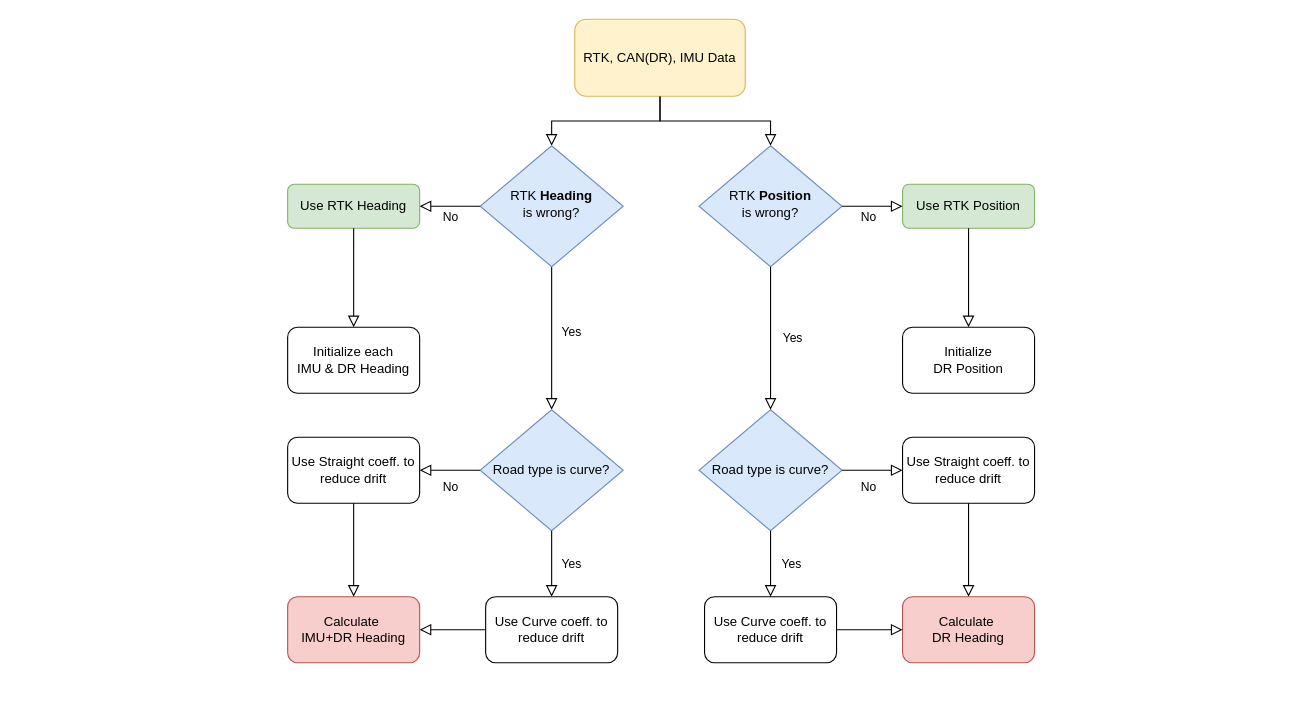
Earlier version of the draw.io diagram document/Localization_integration.drawio (inha-cvl/mobinha-racing). Source tidied: cells renumbered, new cells numbered last; positions are measured from the earlier drawing's top-left corner, leaving out a move shared by most shapes. Both pictures are drawn from the tidied source at 110%, with x=0, y=0 at pixel (287, 19).
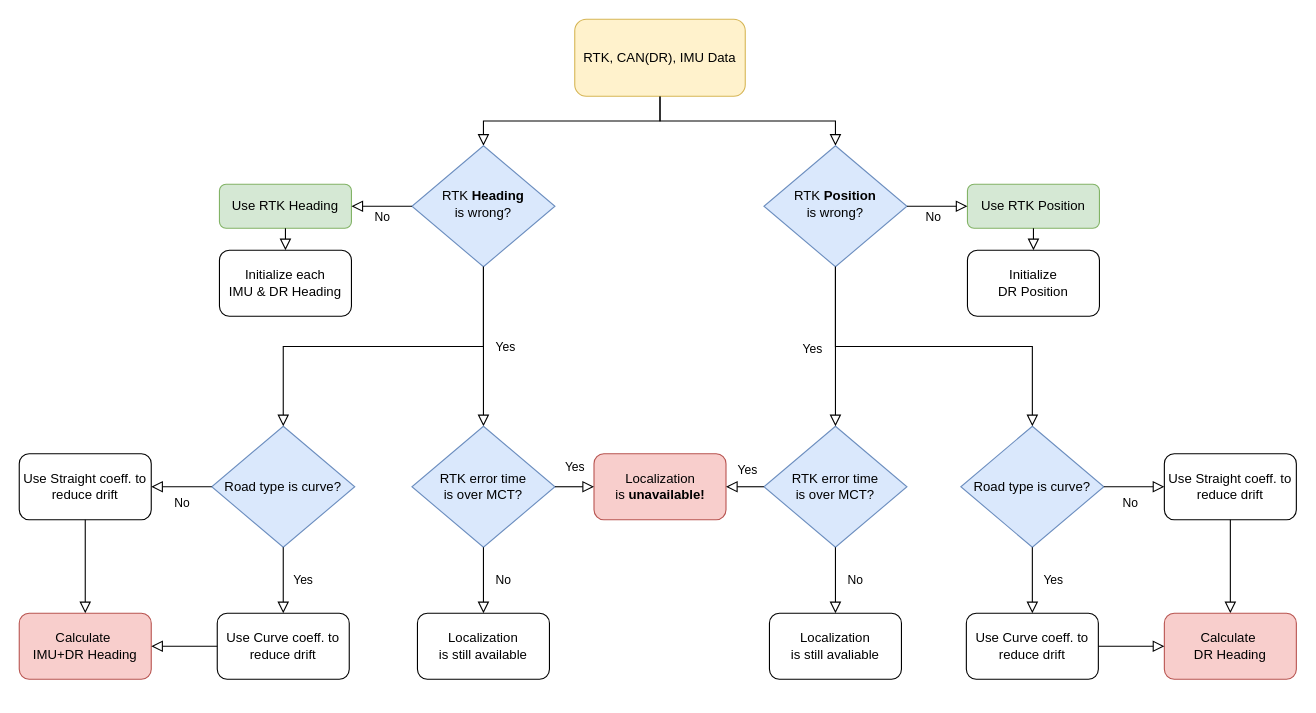
After the change.

The change refers to these unchanged cells:
```xml
<mxCell id="3" value="RTK, CAN(DR), IMU Data" style="rounded=1;whiteSpace=wrap;html=1;fontSize=12;glass=0;strokeWidth=1;shadow=0;fillColor=#fff2cc;strokeColor=#d6b656;" parent="1" vertex="1">
  <mxGeometry x="261" width="155" height="70" as="geometry" />
</mxCell>
```

What changed in the source:
```diff
@@
-    <mxCell id="2" style="rounded=0;html=1;jettySize=auto;fontSize=11;endArrow=block;endFill=0;endSize=8;strokeWidth=1;shadow=0;labelBackgroundColor=none;edgeStyle=orthogonalEdgeStyle;" parent="1" edge="1" source="3" target="5">
+    <mxCell id="2" style="rounded=0;html=1;jettySize=auto;fontSize=11;endArrow=block;endFill=0;endSize=8;strokeWidth=1;shadow=0;labelBackgroundColor=none;edgeStyle=orthogonalEdgeStyle;exitX=0.5;exitY=1;exitDx=0;exitDy=0;" parent="1" edge="1" source="3" target="5">
       <mxGeometry relative="1" as="geometry" />
     </mxCell>
@@
-    <mxCell id="4" value="Yes" style="rounded=0;html=1;jettySize=auto;fontSize=11;endArrow=block;endFill=0;endSize=8;strokeWidth=1;shadow=0;labelBackgroundColor=none;edgeStyle=orthogonalEdgeStyle;entryX=0.5;entryY=0;entryDx=0;entryDy=0;" parent="1" edge="1" source="5" target="8">
-      <mxGeometry x="-0.09" y="18" relative="1" as="geometry" />
-    </mxCell>
     <mxCell id="5" value="RTK &lt;b&gt;Heading&lt;/b&gt;&lt;div&gt;is wrong?&lt;/div&gt;" style="rhombus;whiteSpace=wrap;html=1;shadow=0;fontFamily=Helvetica;fontSize=12;align=center;strokeWidth=1;spacing=6;spacingTop=-4;fillColor=#dae8fc;strokeColor=#6c8ebf;" parent="1" vertex="1">
-      <mxGeometry x="175" y="115" width="130" height="110" as="geometry" />
+      <mxGeometry x="113" y="115" width="130" height="110" as="geometry" />
     </mxCell>
     <mxCell id="6" value="Use RTK Heading" style="rounded=1;whiteSpace=wrap;html=1;fontSize=12;glass=0;strokeWidth=1;shadow=0;fillColor=#d5e8d4;strokeColor=#82b366;" parent="1" vertex="1">
-      <mxGeometry y="150" width="120" height="40" as="geometry" />
+      <mxGeometry x="-62" y="150" width="120" height="40" as="geometry" />
     </mxCell>
     <mxCell id="7" value="Initialize each&lt;div&gt;IMU &amp;amp; DR Heading&lt;/div&gt;" style="rounded=1;whiteSpace=wrap;html=1;" parent="1" vertex="1">
-      <mxGeometry y="280" width="120" height="60" as="geometry" />
+      <mxGeometry x="-62" y="210" width="120" height="60" as="geometry" />
     </mxCell>
     <mxCell id="8" value="Road type is curve?" style="rhombus;whiteSpace=wrap;html=1;fillColor=#dae8fc;strokeColor=#6c8ebf;" parent="1" vertex="1">
-      <mxGeometry x="175" y="355" width="130" height="110" as="geometry" />
+      <mxGeometry x="-69" y="370" width="130" height="110" as="geometry" />
     </mxCell>
@@
     <mxCell id="10" value="Use Straight coeff. to reduce drift" style="rounded=1;whiteSpace=wrap;html=1;" parent="1" vertex="1">
-      <mxGeometry y="380" width="120" height="60" as="geometry" />
+      <mxGeometry x="-244" y="395" width="120" height="60" as="geometry" />
     </mxCell>
     <mxCell id="11" value="&lt;div&gt;&lt;br&gt;&lt;/div&gt;&lt;div&gt;&lt;br&gt;&lt;/div&gt;Use Curve coeff. to reduce drift&lt;div&gt;&lt;span style=&quot;color: rgba(0, 0, 0, 0); font-family: monospace; font-size: 0px; text-align: start; text-wrap: nowrap;&quot;&gt;t%3CmxGraphModel%3E%3Croot%3E%3CmxCell%20id%3D%220%22%2F%3E%3CmxCell%20id%3D%221%22%20parent%3D%220%22%2F%3E%3CmxCell%20id%3D%222%22%20value%3D%22Yes%22%20style%3D%22edgeStyle%3DorthogonalEdgeStyle%3Brounded%3D0%3Bhtml%3D1%3BjettySize%3Dauto%3BorthogonalLoop%3D1%3BfontSize%3D11%3BendArrow%3Dblock%3BendFill%3D0%3BendSize%3D8%3BstrokeWidth%3D1%3Bshadow%3D0%3BlabelBackgroundColor%3Dnone%3B%22%20edge%3D%221%22%20parent%3D%221%22%3E%3CmxGeometry%20y%3D%2210%22%20relative%3D%221%22%20as%3D%22geometry%22%3E%3CmxPoint%20as%3D%22offset%22%2F%3E%3CmxPoint%20x%3D%22265%22%20y%3D%22474.5%22%20as%3D%22sourcePoint%22%2F%3E%3CmxPoint%20x%3D%22320%22%20y%3D%22474.5%22%20as%3D%22targetPoint%22%2F%3E%3CArray%20as%3D%22points%22%3E%3CmxPoint%20x%3D%22305%22%20y%3D%22474.5%22%2F%3E%3CmxPoint%20x%3D%22305%22%20y%3D%22474.5%22%2F%3E%3C%2FArray%3E%3C%2FmxGeometry%3E%3C%2FmxCell%3E%3C%2Froot%3E%3C%2FmxGraphModel%3E&lt;/span&gt;&lt;div&gt;&lt;span style=&quot;color: rgba(0, 0, 0, 0); font-family: monospace; font-size: 0px; text-align: start; text-wrap: nowrap;&quot;&gt;\toto&lt;/span&gt;&lt;/div&gt;&lt;/div&gt;" style="rounded=1;whiteSpace=wrap;html=1;" parent="1" vertex="1">
-      <mxGeometry x="180" y="525" width="120" height="60" as="geometry" />
+      <mxGeometry x="-64" y="540" width="120" height="60" as="geometry" />
     </mxCell>
     <mxCell id="12" value="&lt;div&gt;Calculate&amp;nbsp;&lt;/div&gt;&lt;div&gt;IMU+DR Heading&lt;/div&gt;" style="rounded=1;whiteSpace=wrap;html=1;fillColor=#f8cecc;strokeColor=#b85450;" parent="1" vertex="1">
-      <mxGeometry y="525" width="120" height="60" as="geometry" />
+      <mxGeometry x="-244" y="540" width="120" height="60" as="geometry" />
     </mxCell>
@@
     <mxCell id="14" value="RTK &lt;b&gt;Position&lt;/b&gt;&lt;div&gt;is wrong?&lt;/div&gt;" style="rhombus;whiteSpace=wrap;html=1;shadow=0;fontFamily=Helvetica;fontSize=12;align=center;strokeWidth=1;spacing=6;spacingTop=-4;fillColor=#dae8fc;strokeColor=#6c8ebf;" parent="1" vertex="1">
-      <mxGeometry x="374" y="115" width="130" height="110" as="geometry" />
+      <mxGeometry x="433" y="115" width="130" height="110" as="geometry" />
     </mxCell>
     <mxCell id="15" value="Road type is curve?" style="rhombus;whiteSpace=wrap;html=1;fillColor=#dae8fc;strokeColor=#6c8ebf;" parent="1" vertex="1">
-      <mxGeometry x="374" y="355" width="130" height="110" as="geometry" />
+      <mxGeometry x="612" y="370" width="130" height="110" as="geometry" />
     </mxCell>
     <mxCell id="16" value="&lt;div&gt;&lt;br&gt;&lt;/div&gt;&lt;div&gt;&lt;br&gt;&lt;/div&gt;Use Curve coeff. to reduce drift&lt;div&gt;&lt;span style=&quot;color: rgba(0, 0, 0, 0); font-family: monospace; font-size: 0px; text-align: start; text-wrap: nowrap;&quot;&gt;t%3CmxGraphModel%3E%3Croot%3E%3CmxCell%20id%3D%220%22%2F%3E%3CmxCell%20id%3D%221%22%20parent%3D%220%22%2F%3E%3CmxCell%20id%3D%222%22%20value%3D%22Yes%22%20style%3D%22edgeStyle%3DorthogonalEdgeStyle%3Brounded%3D0%3Bhtml%3D1%3BjettySize%3Dauto%3BorthogonalLoop%3D1%3BfontSize%3D11%3BendArrow%3Dblock%3BendFill%3D0%3BendSize%3D8%3BstrokeWidth%3D1%3Bshadow%3D0%3BlabelBackgroundColor%3Dnone%3B%22%20edge%3D%221%22%20parent%3D%221%22%3E%3CmxGeometry%20y%3D%2210%22%20relative%3D%221%22%20as%3D%22geometry%22%3E%3CmxPoint%20as%3D%22offset%22%2F%3E%3CmxPoint%20x%3D%22265%22%20y%3D%22474.5%22%20as%3D%22sourcePoint%22%2F%3E%3CmxPoint%20x%3D%22320%22%20y%3D%22474.5%22%20as%3D%22targetPoint%22%2F%3E%3CArray%20as%3D%22points%22%3E%3CmxPoint%20x%3D%22305%22%20y%3D%22474.5%22%2F%3E%3CmxPoint%20x%3D%22305%22%20y%3D%22474.5%22%2F%3E%3C%2FArray%3E%3C%2FmxGeometry%3E%3C%2FmxCell%3E%3C%2Froot%3E%3C%2FmxGraphModel%3E&lt;/span&gt;&lt;div&gt;&lt;span style=&quot;color: rgba(0, 0, 0, 0); font-family: monospace; font-size: 0px; text-align: start; text-wrap: nowrap;&quot;&gt;\toto&lt;/span&gt;&lt;/div&gt;&lt;/div&gt;" style="rounded=1;whiteSpace=wrap;html=1;" parent="1" vertex="1">
-      <mxGeometry x="379" y="525" width="120" height="60" as="geometry" />
+      <mxGeometry x="617" y="540" width="120" height="60" as="geometry" />
     </mxCell>
@@
     <mxCell id="18" value="Use RTK Position" style="rounded=1;whiteSpace=wrap;html=1;fontSize=12;glass=0;strokeWidth=1;shadow=0;fillColor=#d5e8d4;strokeColor=#82b366;" parent="1" vertex="1">
-      <mxGeometry x="559" y="150" width="120" height="40" as="geometry" />
+      <mxGeometry x="618" y="150" width="120" height="40" as="geometry" />
     </mxCell>
@@
-    <mxCell id="24" value="Yes" style="rounded=0;html=1;jettySize=auto;fontSize=11;endArrow=block;endFill=0;endSize=8;strokeWidth=1;shadow=0;labelBackgroundColor=none;edgeStyle=orthogonalEdgeStyle;entryX=0.5;entryY=0;entryDx=0;entryDy=0;exitX=0.5;exitY=1;exitDx=0;exitDy=0;" parent="1" edge="1" source="14" target="15">
+    <mxCell id="24" style="rounded=0;html=1;jettySize=auto;fontSize=11;endArrow=block;endFill=0;endSize=8;strokeWidth=1;shadow=0;labelBackgroundColor=none;edgeStyle=orthogonalEdgeStyle;entryX=0.5;entryY=0;entryDx=0;entryDy=0;exitX=0.5;exitY=1;exitDx=0;exitDy=0;" parent="1" edge="1" source="14" target="15">
       <mxGeometry y="20" relative="1" as="geometry" />
     </mxCell>
     <mxCell id="25" value="Use Straight coeff. to reduce drift" style="rounded=1;whiteSpace=wrap;html=1;" parent="1" vertex="1">
-      <mxGeometry x="559" y="380" width="120" height="60" as="geometry" />
+      <mxGeometry x="797" y="395" width="120" height="60" as="geometry" />
     </mxCell>
     <mxCell id="26" value="Initialize&lt;div&gt;&lt;span style=&quot;background-color: initial;&quot;&gt;DR Position&lt;/span&gt;&lt;/div&gt;" style="rounded=1;whiteSpace=wrap;html=1;" parent="1" vertex="1">
-      <mxGeometry x="559" y="280" width="120" height="60" as="geometry" />
+      <mxGeometry x="618" y="210" width="120" height="60" as="geometry" />
     </mxCell>
@@
-    <mxCell id="30" style="rounded=0;html=1;jettySize=auto;fontSize=11;endArrow=block;endFill=0;endSize=8;strokeWidth=1;shadow=0;labelBackgroundColor=none;edgeStyle=orthogonalEdgeStyle;exitX=0.5;exitY=1;exitDx=0;exitDy=0;" parent="1" edge="1" source="25">
-      <mxGeometry y="20" relative="1" as="geometry">
-        <mxPoint x="619" y="525" as="targetPoint" />
-      </mxGeometry>
+    <mxCell id="30" style="rounded=0;html=1;jettySize=auto;fontSize=11;endArrow=block;endFill=0;endSize=8;strokeWidth=1;shadow=0;labelBackgroundColor=none;edgeStyle=orthogonalEdgeStyle;exitX=0.5;exitY=1;exitDx=0;exitDy=0;entryX=0.5;entryY=0;entryDx=0;entryDy=0;" parent="1" edge="1" source="25" target="31">
+      <mxGeometry y="20" relative="1" as="geometry" />
     </mxCell>
     <mxCell id="31" value="&lt;div&gt;Calculate&amp;nbsp;&lt;/div&gt;&lt;div&gt;DR Heading&lt;/div&gt;" style="rounded=1;whiteSpace=wrap;html=1;fillColor=#f8cecc;strokeColor=#b85450;" parent="1" vertex="1">
-      <mxGeometry x="559" y="525" width="120" height="60" as="geometry" />
+      <mxGeometry x="797" y="540" width="120" height="60" as="geometry" />
     </mxCell>
@@
+    <mxCell id="4" style="rounded=0;html=1;jettySize=auto;fontSize=11;endArrow=block;endFill=0;endSize=8;strokeWidth=1;shadow=0;labelBackgroundColor=none;edgeStyle=orthogonalEdgeStyle;entryX=0.5;entryY=0;entryDx=0;entryDy=0;exitX=0.5;exitY=1;exitDx=0;exitDy=0;" parent="1" edge="1" source="5" target="8">
+      <mxGeometry y="20" relative="1" as="geometry" />
+    </mxCell>
+    <mxCell id="33" value="Yes" style="rounded=0;html=1;jettySize=auto;fontSize=11;endArrow=block;endFill=0;endSize=8;strokeWidth=1;shadow=0;labelBackgroundColor=none;edgeStyle=orthogonalEdgeStyle;exitX=0.5;exitY=1;exitDx=0;exitDy=0;entryX=0.5;entryY=0;entryDx=0;entryDy=0;" parent="1" edge="1" source="5" target="34">
+      <mxGeometry y="20" relative="1" as="geometry" />
+    </mxCell>
+    <mxCell id="34" value="RTK error time&lt;div&gt;is over MCT?&lt;/div&gt;" style="rhombus;whiteSpace=wrap;html=1;fillColor=#dae8fc;strokeColor=#6c8ebf;" parent="1" vertex="1">
+      <mxGeometry x="113" y="370" width="130" height="110" as="geometry" />
+    </mxCell>
+    <mxCell id="35" value="RTK error time&lt;div&gt;is over MCT?&lt;/div&gt;" style="rhombus;whiteSpace=wrap;html=1;fillColor=#dae8fc;strokeColor=#6c8ebf;" parent="1" vertex="1">
+      <mxGeometry x="433" y="370" width="130" height="110" as="geometry" />
+    </mxCell>
+    <mxCell id="36" value="Yes" style="rounded=0;html=1;jettySize=auto;fontSize=11;endArrow=block;endFill=0;endSize=8;strokeWidth=1;shadow=0;labelBackgroundColor=none;edgeStyle=orthogonalEdgeStyle;exitX=0.5;exitY=1;exitDx=0;exitDy=0;entryX=0.5;entryY=0;entryDx=0;entryDy=0;" parent="1" edge="1" source="14" target="35">
+      <mxGeometry x="0.03" y="-21" relative="1" as="geometry" />
+    </mxCell>
+    <mxCell id="37" value="Localization&lt;div&gt;is &lt;b&gt;unavailable!&lt;/b&gt;&lt;/div&gt;" style="rounded=1;whiteSpace=wrap;html=1;fillColor=#f8cecc;strokeColor=#b85450;" parent="1" vertex="1">
+      <mxGeometry x="278.5" y="395" width="120" height="60" as="geometry" />
+    </mxCell>
+    <mxCell id="38" value="Yes" style="edgeStyle=orthogonalEdgeStyle;rounded=0;html=1;jettySize=auto;fontSize=11;endArrow=block;endFill=0;endSize=8;strokeWidth=1;shadow=0;labelBackgroundColor=none;exitX=1;exitY=0.5;exitDx=0;exitDy=0;entryX=0;entryY=0.5;entryDx=0;entryDy=0;" parent="1" edge="1" source="34" target="37">
+      <mxGeometry y="18" relative="1" as="geometry" />
+    </mxCell>
+    <mxCell id="39" value="Yes" style="edgeStyle=orthogonalEdgeStyle;rounded=0;html=1;jettySize=auto;fontSize=11;endArrow=block;endFill=0;endSize=8;strokeWidth=1;shadow=0;labelBackgroundColor=none;exitX=0;exitY=0.5;exitDx=0;exitDy=0;entryX=1;entryY=0.5;entryDx=0;entryDy=0;" parent="1" edge="1" source="35" target="37">
+      <mxGeometry x="-0.13" y="-15" relative="1" as="geometry" />
+    </mxCell>
+    <mxCell id="40" value="No" style="edgeStyle=orthogonalEdgeStyle;rounded=0;html=1;jettySize=auto;fontSize=11;endArrow=block;endFill=0;endSize=8;strokeWidth=1;shadow=0;labelBackgroundColor=none;exitX=0.5;exitY=1;exitDx=0;exitDy=0;entryX=0.5;entryY=0;entryDx=0;entryDy=0;" parent="1" edge="1" source="34" target="41">
+      <mxGeometry y="18" relative="1" as="geometry" />
+    </mxCell>
+    <mxCell id="41" value="&lt;div&gt;Localization&lt;/div&gt;&lt;div&gt;is still available&lt;/div&gt;" style="rounded=1;whiteSpace=wrap;html=1;" parent="1" vertex="1">
+      <mxGeometry x="118" y="540" width="120" height="60" as="geometry" />
+    </mxCell>
+    <mxCell id="42" value="&lt;div&gt;Localization&lt;/div&gt;&lt;div&gt;is still avaliable&lt;/div&gt;" style="rounded=1;whiteSpace=wrap;html=1;" parent="1" vertex="1">
+      <mxGeometry x="438" y="540" width="120" height="60" as="geometry" />
+    </mxCell>
+    <mxCell id="43" value="No" style="edgeStyle=orthogonalEdgeStyle;rounded=0;html=1;jettySize=auto;fontSize=11;endArrow=block;endFill=0;endSize=8;strokeWidth=1;shadow=0;labelBackgroundColor=none;exitX=0.5;exitY=1;exitDx=0;exitDy=0;entryX=0.5;entryY=0;entryDx=0;entryDy=0;" parent="1" edge="1" source="35" target="42">
+      <mxGeometry y="18" relative="1" as="geometry" />
+    </mxCell>
```
